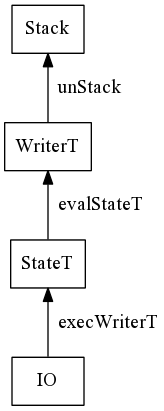
This is img/stack.png from sdiehl/write-you-a-haskell, a Graphviz export, as it was before one commit. Its source is kept beside it as img/stack.dot.
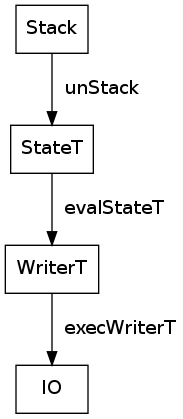
The same diagram one commit later.

Commit message:
Adjusted image to the Stack type used in the text

Diff of the diagram source:
```diff
@@ -1,7 +1,7 @@
 digraph G {
-  rankdir=BT
+  rankdir=TB
   node [shape=box]
-  IO -> StateT      [label = "  execWriterT"]
-  StateT -> WriterT [label = "  evalStateT"]
-  WriterT -> Stack  [label = "  unStack"]
+  WriterT -> IO      [label = "  execWriterT"]
+  StateT  -> WriterT [label = "  evalStateT"]
+  Stack   -> StateT  [label = "  unStack"]
 }
```
